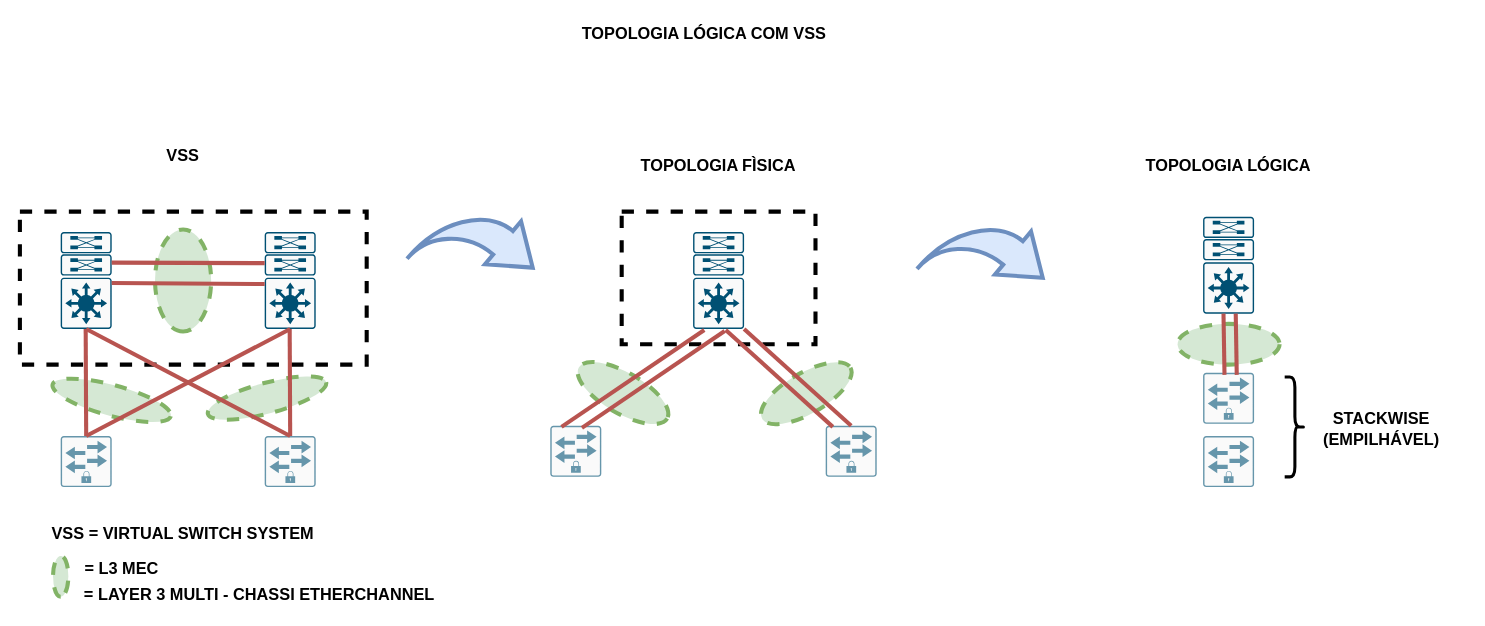
Earlier version of the draw.io diagram CCNP 350-401 ENCOR/01 - Architecture/03 - Modelo Hierárquico/03 - Camada de Acesso Layer 2 x Layer 3/Imagens/vss.drawio (alcancil/Cisco). Source tidied: cells renumbered, new cells numbered last; positions are measured from the earlier drawing's top-left corner, leaving out a move shared by most shapes. Both pictures are drawn from the tidied source at 102%, with x=0, y=0 at pixel (19, 17).
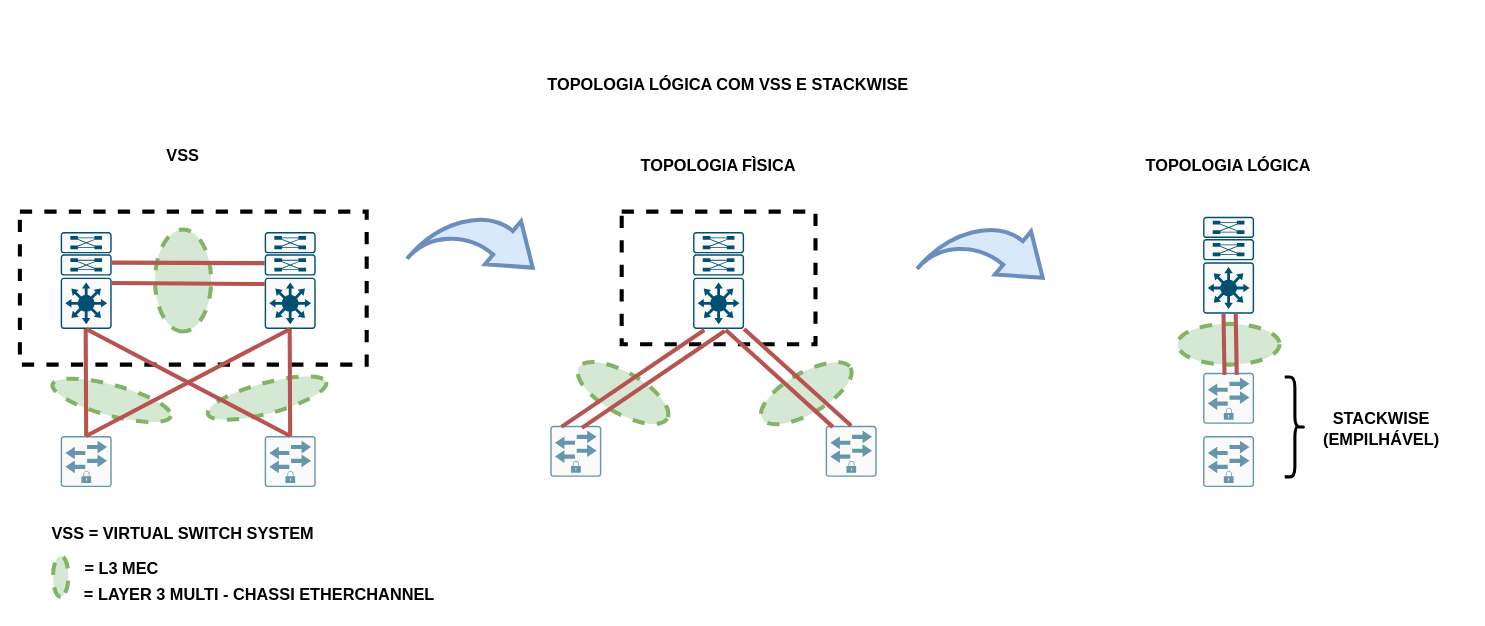
After the change.

Commit message (it also covers changes not shown here):
Alterado o arquivo readme.md

Diff of the diagram source:
```diff
@@
-    <mxCell id="40" value="TOPOLOGIA LÓGICA COM VSS" style="text;html=1;strokeColor=none;fillColor=none;align=center;verticalAlign=middle;whiteSpace=wrap;rounded=0;fontSize=16;fontStyle=1;" parent="1" vertex="1">
-      <mxGeometry x="541.3" width="260" height="30" as="geometry" />
+    <mxCell id="40" value="TOPOLOGIA LÓGICA COM VSS E STACKWISE" style="text;html=1;strokeColor=none;fillColor=none;align=center;verticalAlign=middle;whiteSpace=wrap;rounded=0;fontSize=16;fontStyle=1;" parent="1" vertex="1">
+      <mxGeometry x="510" y="50" width="368.7" height="30" as="geometry" />
     </mxCell>
```
